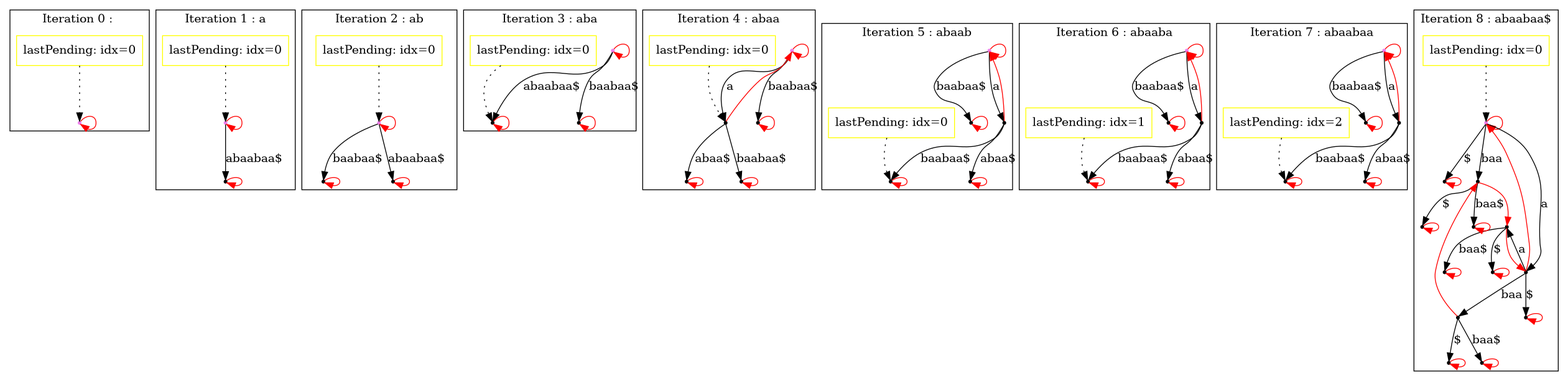
Above: contests/04_Strings-Hard/SuffTree-dump.png in Shishqa/3sem_algorithms (Graphviz), before the change. Its source is kept beside it as contests/04_Strings-Hard/SuffTree-dump.dot. The source it was exported from:
```dot
digraph SuffixTree {
subgraph cluster_0 {
	graph [color=black; label="Iteration 0 : "];
	node [shape=point];
	"node00x607000000020" [color=violet, label=""];
	"node00x607000000020" -> "node00x607000000020" [color=red];
	"lastPending0" [shape=box,color=yellow,label="lastPending: idx=0"];
	"lastPending0" -> "node00x607000000020" [style=dotted];
}
subgraph cluster_1 {
	graph [color=black; label="Iteration 1 : a"];
	node [shape=point];
	"node10x607000000020" [color=violet, label=""];
	"node10x607000000020" -> "node10x607000000020" [color=red];
	"node10x607000000020" -> "node10x607000000090" [label="atari$"];
	"node10x607000000090" [color=black, label=""];
	"node10x607000000090" -> "node10x607000000090" [color=red];
	"lastPending1" [shape=box,color=yellow,label="lastPending: idx=0"];
	"lastPending1" -> "node10x607000000020" [style=dotted];
}
subgraph cluster_2 {
	graph [color=black; label="Iteration 2 : at"];
	node [shape=point];
	"node20x607000000020" [color=violet, label=""];
	"node20x607000000020" -> "node20x607000000020" [color=red];
	"node20x607000000020" -> "node20x607000000100" [label="tari$"];
	"node20x607000000020" -> "node20x607000000090" [label="atari$"];
	"node20x607000000100" [color=black, label=""];
	"node20x607000000100" -> "node20x607000000100" [color=red];
	"node20x607000000090" [color=black, label=""];
	"node20x607000000090" -> "node20x607000000090" [color=red];
	"lastPending2" [shape=box,color=yellow,label="lastPending: idx=0"];
	"lastPending2" -> "node20x607000000020" [style=dotted];
}
subgraph cluster_3 {
	graph [color=black; label="Iteration 3 : ata"];
	node [shape=point];
	"node30x607000000020" [color=violet, label=""];
	"node30x607000000020" -> "node30x607000000020" [color=red];
	"node30x607000000020" -> "node30x607000000100" [label="tari$"];
	"node30x607000000020" -> "node30x607000000090" [label="atari$"];
	"node30x607000000100" [color=black, label=""];
	"node30x607000000100" -> "node30x607000000100" [color=red];
	"node30x607000000090" [color=black, label=""];
	"node30x607000000090" -> "node30x607000000090" [color=red];
	"lastPending3" [shape=box,color=yellow,label="lastPending: idx=0"];
	"lastPending3" -> "node30x607000000090" [style=dotted];
}
subgraph cluster_4 {
	graph [color=black; label="Iteration 4 : atar"];
	node [shape=point];
	"node40x607000000020" [color=violet, label=""];
	"node40x607000000020" -> "node40x607000000020" [color=red];
	"node40x607000000020" -> "node40x607000000250" [label="ri$"];
	"node40x607000000020" -> "node40x607000000100" [label="tari$"];
	"node40x607000000020" -> "node40x607000000170" [label="a"];
	"node40x607000000250" [color=black, label=""];
	"node40x607000000250" -> "node40x607000000250" [color=red];
	"node40x607000000100" [color=black, label=""];
	"node40x607000000100" -> "node40x607000000100" [color=red];
	"node40x607000000170" [color=black, label=""];
	"node40x607000000170" -> "node40x607000000020" [color=red];
	"node40x607000000170" -> "node40x6070000001e0" [label="ri$"];
	"node40x607000000170" -> "node40x607000000090" [label="tari$"];
	"node40x6070000001e0" [color=black, label=""];
	"node40x6070000001e0" -> "node40x6070000001e0" [color=red];
	"node40x607000000090" [color=black, label=""];
	"node40x607000000090" -> "node40x607000000090" [color=red];
	"lastPending4" [shape=box,color=yellow,label="lastPending: idx=0"];
	"lastPending4" -> "node40x607000000020" [style=dotted];
}
subgraph cluster_5 {
	graph [color=black; label="Iteration 5 : atari"];
	node [shape=point];
	"node50x607000000020" [color=violet, label=""];
	"node50x607000000020" -> "node50x607000000020" [color=red];
	"node50x607000000020" -> "node50x6070000002c0" [label="i$"];
	"node50x607000000020" -> "node50x607000000250" [label="ri$"];
	"node50x607000000020" -> "node50x607000000100" [label="tari$"];
	"node50x607000000020" -> "node50x607000000170" [label="a"];
	"node50x6070000002c0" [color=black, label=""];
	"node50x6070000002c0" -> "node50x6070000002c0" [color=red];
	"node50x607000000250" [color=black, label=""];
	"node50x607000000250" -> "node50x607000000250" [color=red];
	"node50x607000000100" [color=black, label=""];
	"node50x607000000100" -> "node50x607000000100" [color=red];
	"node50x607000000170" [color=black, label=""];
	"node50x607000000170" -> "node50x607000000020" [color=red];
	"node50x607000000170" -> "node50x6070000001e0" [label="ri$"];
	"node50x607000000170" -> "node50x607000000090" [label="tari$"];
	"node50x6070000001e0" [color=black, label=""];
	"node50x6070000001e0" -> "node50x6070000001e0" [color=red];
	"node50x607000000090" [color=black, label=""];
	"node50x607000000090" -> "node50x607000000090" [color=red];
	"lastPending5" [shape=box,color=yellow,label="lastPending: idx=0"];
	"lastPending5" -> "node50x607000000020" [style=dotted];
}
subgraph cluster_6 {
	graph [color=black; label="Iteration 6 : atari$"];
	node [shape=point];
	"node60x607000000020" [color=violet, label=""];
	"node60x607000000020" -> "node60x607000000020" [color=red];
	"node60x607000000020" -> "node60x6070000002c0" [label="i$"];
	"node60x607000000020" -> "node60x607000000330" [label="$"];
	"node60x607000000020" -> "node60x607000000250" [label="ri$"];
	"node60x607000000020" -> "node60x607000000100" [label="tari$"];
	"node60x607000000020" -> "node60x607000000170" [label="a"];
	"node60x6070000002c0" [color=black, label=""];
	"node60x6070000002c0" -> "node60x6070000002c0" [color=red];
	"node60x607000000330" [color=black, label=""];
	"node60x607000000330" -> "node60x607000000330" [color=red];
	"node60x607000000250" [color=black, label=""];
	"node60x607000000250" -> "node60x607000000250" [color=red];
	"node60x607000000100" [color=black, label=""];
	"node60x607000000100" -> "node60x607000000100" [color=red];
	"node60x607000000170" [color=black, label=""];
	"node60x607000000170" -> "node60x607000000020" [color=red];
	"node60x607000000170" -> "node60x6070000001e0" [label="ri$"];
	"node60x607000000170" -> "node60x607000000090" [label="tari$"];
	"node60x6070000001e0" [color=black, label=""];
	"node60x6070000001e0" -> "node60x6070000001e0" [color=red];
	"node60x607000000090" [color=black, label=""];
	"node60x607000000090" -> "node60x607000000090" [color=red];
	"lastPending6" [shape=box,color=yellow,label="lastPending: idx=0"];
	"lastPending6" -> "node60x607000000020" [style=dotted];
}
}
```
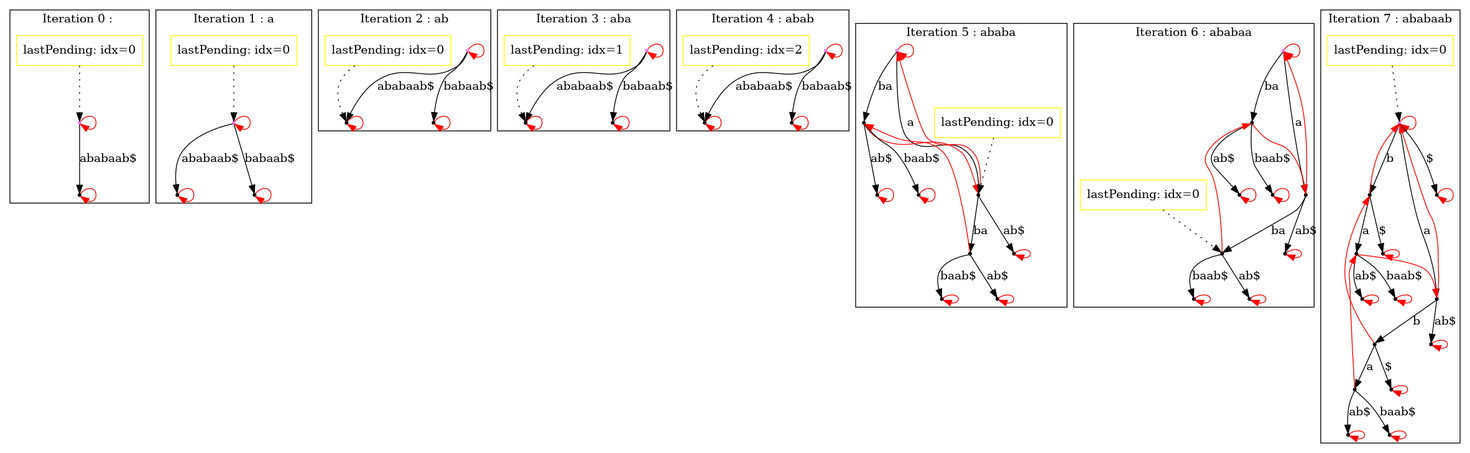
The same diagram one commit later.

Diff of the diagram source:
```diff
@@ -4,6 +4,9 @@
 	node [shape=point];
 	"node00x607000000020" [color=violet, label=""];
 	"node00x607000000020" -> "node00x607000000020" [color=red];
+	"node00x607000000020" -> "node00x607000000090" [label="ababaab$"];
+	"node00x607000000090" [color=black, label=""];
+	"node00x607000000090" -> "node00x607000000090" [color=red];
 	"lastPending0" [shape=box,color=yellow,label="lastPending: idx=0"];
 	"lastPending0" -> "node00x607000000020" [style=dotted];
 }
@@ -12,116 +15,166 @@
 	node [shape=point];
 	"node10x607000000020" [color=violet, label=""];
 	"node10x607000000020" -> "node10x607000000020" [color=red];
-	"node10x607000000020" -> "node10x607000000090" [label="atari$"];
+	"node10x607000000020" -> "node10x607000000100" [label="babaab$"];
+	"node10x607000000020" -> "node10x607000000090" [label="ababaab$"];
+	"node10x607000000100" [color=black, label=""];
+	"node10x607000000100" -> "node10x607000000100" [color=red];
 	"node10x607000000090" [color=black, label=""];
 	"node10x607000000090" -> "node10x607000000090" [color=red];
 	"lastPending1" [shape=box,color=yellow,label="lastPending: idx=0"];
 	"lastPending1" -> "node10x607000000020" [style=dotted];
 }
 subgraph cluster_2 {
-	graph [color=black; label="Iteration 2 : at"];
+	graph [color=black; label="Iteration 2 : ab"];
 	node [shape=point];
 	"node20x607000000020" [color=violet, label=""];
 	"node20x607000000020" -> "node20x607000000020" [color=red];
-	"node20x607000000020" -> "node20x607000000100" [label="tari$"];
-	"node20x607000000020" -> "node20x607000000090" [label="atari$"];
+	"node20x607000000020" -> "node20x607000000100" [label="babaab$"];
+	"node20x607000000020" -> "node20x607000000090" [label="ababaab$"];
 	"node20x607000000100" [color=black, label=""];
 	"node20x607000000100" -> "node20x607000000100" [color=red];
 	"node20x607000000090" [color=black, label=""];
 	"node20x607000000090" -> "node20x607000000090" [color=red];
 	"lastPending2" [shape=box,color=yellow,label="lastPending: idx=0"];
-	"lastPending2" -> "node20x607000000020" [style=dotted];
+	"lastPending2" -> "node20x607000000090" [style=dotted];
 }
 subgraph cluster_3 {
-	graph [color=black; label="Iteration 3 : ata"];
+	graph [color=black; label="Iteration 3 : aba"];
 	node [shape=point];
 	"node30x607000000020" [color=violet, label=""];
 	"node30x607000000020" -> "node30x607000000020" [color=red];
-	"node30x607000000020" -> "node30x607000000100" [label="tari$"];
-	"node30x607000000020" -> "node30x607000000090" [label="atari$"];
+	"node30x607000000020" -> "node30x607000000100" [label="babaab$"];
+	"node30x607000000020" -> "node30x607000000090" [label="ababaab$"];
 	"node30x607000000100" [color=black, label=""];
 	"node30x607000000100" -> "node30x607000000100" [color=red];
 	"node30x607000000090" [color=black, label=""];
 	"node30x607000000090" -> "node30x607000000090" [color=red];
-	"lastPending3" [shape=box,color=yellow,label="lastPending: idx=0"];
+	"lastPending3" [shape=box,color=yellow,label="lastPending: idx=1"];
 	"lastPending3" -> "node30x607000000090" [style=dotted];
 }
 subgraph cluster_4 {
-	graph [color=black; label="Iteration 4 : atar"];
+	graph [color=black; label="Iteration 4 : abab"];
 	node [shape=point];
 	"node40x607000000020" [color=violet, label=""];
 	"node40x607000000020" -> "node40x607000000020" [color=red];
-	"node40x607000000020" -> "node40x607000000250" [label="ri$"];
-	"node40x607000000020" -> "node40x607000000100" [label="tari$"];
-	"node40x607000000020" -> "node40x607000000170" [label="a"];
-	"node40x607000000250" [color=black, label=""];
-	"node40x607000000250" -> "node40x607000000250" [color=red];
+	"node40x607000000020" -> "node40x607000000100" [label="babaab$"];
+	"node40x607000000020" -> "node40x607000000090" [label="ababaab$"];
 	"node40x607000000100" [color=black, label=""];
 	"node40x607000000100" -> "node40x607000000100" [color=red];
-	"node40x607000000170" [color=black, label=""];
-	"node40x607000000170" -> "node40x607000000020" [color=red];
-	"node40x607000000170" -> "node40x6070000001e0" [label="ri$"];
-	"node40x607000000170" -> "node40x607000000090" [label="tari$"];
-	"node40x6070000001e0" [color=black, label=""];
-	"node40x6070000001e0" -> "node40x6070000001e0" [color=red];
 	"node40x607000000090" [color=black, label=""];
 	"node40x607000000090" -> "node40x607000000090" [color=red];
-	"lastPending4" [shape=box,color=yellow,label="lastPending: idx=0"];
-	"lastPending4" -> "node40x607000000020" [style=dotted];
+	"lastPending4" [shape=box,color=yellow,label="lastPending: idx=2"];
+	"lastPending4" -> "node40x607000000090" [style=dotted];
 }
 subgraph cluster_5 {
-	graph [color=black; label="Iteration 5 : atari"];
+	graph [color=black; label="Iteration 5 : ababa"];
 	node [shape=point];
 	"node50x607000000020" [color=violet, label=""];
 	"node50x607000000020" -> "node50x607000000020" [color=red];
-	"node50x607000000020" -> "node50x6070000002c0" [label="i$"];
-	"node50x607000000020" -> "node50x607000000250" [label="ri$"];
-	"node50x607000000020" -> "node50x607000000100" [label="tari$"];
-	"node50x607000000020" -> "node50x607000000170" [label="a"];
+	"node50x607000000020" -> "node50x6070000002c0" [label="ba"];
+	"node50x607000000020" -> "node50x6070000003a0" [label="a"];
 	"node50x6070000002c0" [color=black, label=""];
-	"node50x6070000002c0" -> "node50x6070000002c0" [color=red];
+	"node50x6070000002c0" -> "node50x6070000003a0" [color=red];
+	"node50x6070000002c0" -> "node50x607000000250" [label="ab$"];
+	"node50x6070000002c0" -> "node50x607000000100" [label="baab$"];
+	"node50x6070000003a0" [color=black, label=""];
+	"node50x6070000003a0" -> "node50x607000000020" [color=red];
+	"node50x6070000003a0" -> "node50x607000000330" [label="ab$"];
+	"node50x6070000003a0" -> "node50x6070000001e0" [label="ba"];
 	"node50x607000000250" [color=black, label=""];
 	"node50x607000000250" -> "node50x607000000250" [color=red];
 	"node50x607000000100" [color=black, label=""];
 	"node50x607000000100" -> "node50x607000000100" [color=red];
+	"node50x607000000330" [color=black, label=""];
+	"node50x607000000330" -> "node50x607000000330" [color=red];
+	"node50x6070000001e0" [color=black, label=""];
+	"node50x6070000001e0" -> "node50x6070000002c0" [color=red];
+	"node50x6070000001e0" -> "node50x607000000170" [label="ab$"];
+	"node50x6070000001e0" -> "node50x607000000090" [label="baab$"];
 	"node50x607000000170" [color=black, label=""];
-	"node50x607000000170" -> "node50x607000000020" [color=red];
-	"node50x607000000170" -> "node50x6070000001e0" [label="ri$"];
-	"node50x607000000170" -> "node50x607000000090" [label="tari$"];
-	"node50x6070000001e0" [color=black, label=""];
-	"node50x6070000001e0" -> "node50x6070000001e0" [color=red];
+	"node50x607000000170" -> "node50x607000000170" [color=red];
 	"node50x607000000090" [color=black, label=""];
 	"node50x607000000090" -> "node50x607000000090" [color=red];
 	"lastPending5" [shape=box,color=yellow,label="lastPending: idx=0"];
-	"lastPending5" -> "node50x607000000020" [style=dotted];
+	"lastPending5" -> "node50x6070000003a0" [style=dotted];
 }
 subgraph cluster_6 {
-	graph [color=black; label="Iteration 6 : atari$"];
+	graph [color=black; label="Iteration 6 : ababaa"];
 	node [shape=point];
 	"node60x607000000020" [color=violet, label=""];
 	"node60x607000000020" -> "node60x607000000020" [color=red];
-	"node60x607000000020" -> "node60x6070000002c0" [label="i$"];
-	"node60x607000000020" -> "node60x607000000330" [label="$"];
-	"node60x607000000020" -> "node60x607000000250" [label="ri$"];
-	"node60x607000000020" -> "node60x607000000100" [label="tari$"];
-	"node60x607000000020" -> "node60x607000000170" [label="a"];
+	"node60x607000000020" -> "node60x6070000002c0" [label="ba"];
+	"node60x607000000020" -> "node60x6070000003a0" [label="a"];
 	"node60x6070000002c0" [color=black, label=""];
-	"node60x6070000002c0" -> "node60x6070000002c0" [color=red];
-	"node60x607000000330" [color=black, label=""];
-	"node60x607000000330" -> "node60x607000000330" [color=red];
+	"node60x6070000002c0" -> "node60x6070000003a0" [color=red];
+	"node60x6070000002c0" -> "node60x607000000250" [label="ab$"];
+	"node60x6070000002c0" -> "node60x607000000100" [label="baab$"];
+	"node60x6070000003a0" [color=black, label=""];
+	"node60x6070000003a0" -> "node60x607000000020" [color=red];
+	"node60x6070000003a0" -> "node60x607000000330" [label="ab$"];
+	"node60x6070000003a0" -> "node60x6070000001e0" [label="ba"];
 	"node60x607000000250" [color=black, label=""];
 	"node60x607000000250" -> "node60x607000000250" [color=red];
 	"node60x607000000100" [color=black, label=""];
 	"node60x607000000100" -> "node60x607000000100" [color=red];
+	"node60x607000000330" [color=black, label=""];
+	"node60x607000000330" -> "node60x607000000330" [color=red];
+	"node60x6070000001e0" [color=black, label=""];
+	"node60x6070000001e0" -> "node60x6070000002c0" [color=red];
+	"node60x6070000001e0" -> "node60x607000000170" [label="ab$"];
+	"node60x6070000001e0" -> "node60x607000000090" [label="baab$"];
 	"node60x607000000170" [color=black, label=""];
-	"node60x607000000170" -> "node60x607000000020" [color=red];
-	"node60x607000000170" -> "node60x6070000001e0" [label="ri$"];
-	"node60x607000000170" -> "node60x607000000090" [label="tari$"];
-	"node60x6070000001e0" [color=black, label=""];
-	"node60x6070000001e0" -> "node60x6070000001e0" [color=red];
+	"node60x607000000170" -> "node60x607000000170" [color=red];
 	"node60x607000000090" [color=black, label=""];
 	"node60x607000000090" -> "node60x607000000090" [color=red];
 	"lastPending6" [shape=box,color=yellow,label="lastPending: idx=0"];
-	"lastPending6" -> "node60x607000000020" [style=dotted];
+	"lastPending6" -> "node60x6070000001e0" [style=dotted];
+}
+subgraph cluster_7 {
+	graph [color=black; label="Iteration 7 : ababaab"];
+	node [shape=point];
+	"node70x607000000020" [color=violet, label=""];
+	"node70x607000000020" -> "node70x607000000020" [color=red];
+	"node70x607000000020" -> "node70x6070000005d0" [label="$"];
+	"node70x607000000020" -> "node70x607000000560" [label="b"];
+	"node70x607000000020" -> "node70x6070000003a0" [label="a"];
+	"node70x6070000005d0" [color=black, label=""];
+	"node70x6070000005d0" -> "node70x6070000005d0" [color=red];
+	"node70x607000000560" [color=black, label=""];
+	"node70x607000000560" -> "node70x607000000020" [color=red];
+	"node70x607000000560" -> "node70x6070000004f0" [label="$"];
+	"node70x607000000560" -> "node70x6070000002c0" [label="a"];
+	"node70x6070000003a0" [color=black, label=""];
+	"node70x6070000003a0" -> "node70x607000000020" [color=red];
+	"node70x6070000003a0" -> "node70x607000000330" [label="ab$"];
+	"node70x6070000003a0" -> "node70x607000000480" [label="b"];
+	"node70x6070000004f0" [color=black, label=""];
+	"node70x6070000004f0" -> "node70x6070000004f0" [color=red];
+	"node70x6070000002c0" [color=black, label=""];
+	"node70x6070000002c0" -> "node70x6070000003a0" [color=red];
+	"node70x6070000002c0" -> "node70x607000000250" [label="ab$"];
+	"node70x6070000002c0" -> "node70x607000000100" [label="baab$"];
+	"node70x607000000330" [color=black, label=""];
+	"node70x607000000330" -> "node70x607000000330" [color=red];
+	"node70x607000000480" [color=black, label=""];
+	"node70x607000000480" -> "node70x607000000560" [color=red];
+	"node70x607000000480" -> "node70x607000000410" [label="$"];
+	"node70x607000000480" -> "node70x6070000001e0" [label="a"];
+	"node70x607000000250" [color=black, label=""];
+	"node70x607000000250" -> "node70x607000000250" [color=red];
+	"node70x607000000100" [color=black, label=""];
+	"node70x607000000100" -> "node70x607000000100" [color=red];
+	"node70x607000000410" [color=black, label=""];
+	"node70x607000000410" -> "node70x607000000410" [color=red];
+	"node70x6070000001e0" [color=black, label=""];
+	"node70x6070000001e0" -> "node70x6070000002c0" [color=red];
+	"node70x6070000001e0" -> "node70x607000000170" [label="ab$"];
+	"node70x6070000001e0" -> "node70x607000000090" [label="baab$"];
+	"node70x607000000170" [color=black, label=""];
+	"node70x607000000170" -> "node70x607000000170" [color=red];
+	"node70x607000000090" [color=black, label=""];
+	"node70x607000000090" -> "node70x607000000090" [color=red];
+	"lastPending7" [shape=box,color=yellow,label="lastPending: idx=0"];
+	"lastPending7" -> "node70x607000000020" [style=dotted];
 }
 }
```
